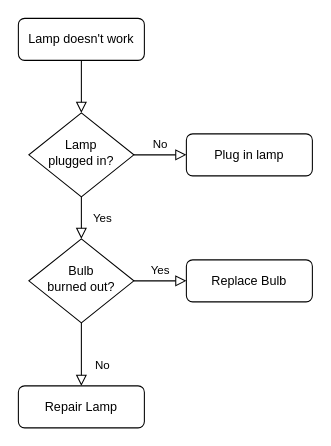
Earlier version of the draw.io diagram 未命名绘图.drawio (jizai1125/diagrams). Source tidied: cells renumbered, new cells numbered last; positions are measured from the earlier drawing's top-left corner, leaving out a move shared by most shapes. Both pictures are drawn from the tidied source at 105%, with x=0, y=0 at pixel (18, 18).
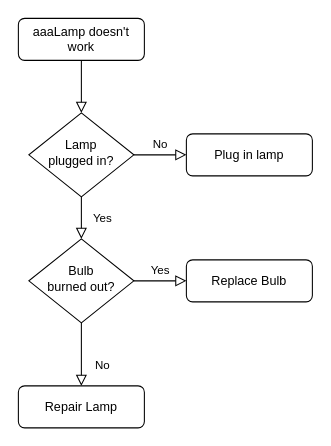
The same page after the edit.

Change to the diagram source:
```diff
@@
 <mxGraphModel>
   <root>
     <mxCell id="0" />
     <mxCell id="1" parent="0" />
     <mxCell id="2" style="rounded=0;html=1;jettySize=auto;fontSize=11;endArrow=block;endFill=0;endSize=8;strokeWidth=1;shadow=0;labelBackgroundColor=none;edgeStyle=orthogonalEdgeStyle;" parent="1" edge="1" source="3" target="6">
       <mxGeometry relative="1" as="geometry" />
     </mxCell>
-    <mxCell id="3" value="Lamp doesn't work" style="rounded=1;whiteSpace=wrap;html=1;fontSize=12;glass=0;strokeWidth=1;shadow=0;" parent="1" vertex="1">
+    <mxCell id="3" value="aaaLamp doesn't work" style="rounded=1;whiteSpace=wrap;html=1;fontSize=12;glass=0;strokeWidth=1;shadow=0;" parent="1" vertex="1">
       <mxGeometry width="120" height="40" as="geometry" />
     </mxCell>
     <mxCell id="4" value="Yes" style="rounded=0;html=1;jettySize=auto;fontSize=11;endArrow=block;endFill=0;endSize=8;strokeWidth=1;shadow=0;labelBackgroundColor=none;edgeStyle=orthogonalEdgeStyle;" parent="1" edge="1" source="6" target="10">
       <mxGeometry y="20" relative="1" as="geometry" />
     </mxCell>
     <mxCell id="5" value="No" style="edgeStyle=orthogonalEdgeStyle;rounded=0;html=1;jettySize=auto;fontSize=11;endArrow=block;endFill=0;endSize=8;strokeWidth=1;shadow=0;labelBackgroundColor=none;" parent="1" edge="1" source="6" target="7">
       <mxGeometry y="10" relative="1" as="geometry" />
     </mxCell>
     <mxCell id="6" value="Lamp&lt;br&gt;plugged in?" style="rhombus;whiteSpace=wrap;html=1;shadow=0;fontFamily=Helvetica;fontSize=12;align=center;strokeWidth=1;spacing=6;spacingTop=-4;" parent="1" vertex="1">
       <mxGeometry x="10" y="90" width="100" height="80" as="geometry" />
     </mxCell>
     <mxCell id="7" value="Plug in lamp" style="rounded=1;whiteSpace=wrap;html=1;fontSize=12;glass=0;strokeWidth=1;shadow=0;" parent="1" vertex="1">
       <mxGeometry x="160" y="110" width="120" height="40" as="geometry" />
     </mxCell>
     <mxCell id="8" value="No" style="rounded=0;html=1;jettySize=auto;fontSize=11;endArrow=block;endFill=0;endSize=8;strokeWidth=1;shadow=0;labelBackgroundColor=none;edgeStyle=orthogonalEdgeStyle;" parent="1" edge="1" source="10" target="11">
       <mxGeometry x="0.33" y="20" relative="1" as="geometry" />
     </mxCell>
     <mxCell id="9" value="Yes" style="edgeStyle=orthogonalEdgeStyle;rounded=0;html=1;jettySize=auto;fontSize=11;endArrow=block;endFill=0;endSize=8;strokeWidth=1;shadow=0;labelBackgroundColor=none;" parent="1" edge="1" source="10" target="12">
       <mxGeometry y="10" relative="1" as="geometry" />
     </mxCell>
     <mxCell id="10" value="Bulb&lt;br&gt;burned out?" style="rhombus;whiteSpace=wrap;html=1;shadow=0;fontFamily=Helvetica;fontSize=12;align=center;strokeWidth=1;spacing=6;spacingTop=-4;" parent="1" vertex="1">
       <mxGeometry x="10" y="210" width="100" height="80" as="geometry" />
     </mxCell>
     <mxCell id="11" value="Repair Lamp" style="rounded=1;whiteSpace=wrap;html=1;fontSize=12;glass=0;strokeWidth=1;shadow=0;" parent="1" vertex="1">
       <mxGeometry y="350" width="120" height="40" as="geometry" />
     </mxCell>
     <mxCell id="12" value="Replace Bulb" style="rounded=1;whiteSpace=wrap;html=1;fontSize=12;glass=0;strokeWidth=1;shadow=0;" parent="1" vertex="1">
       <mxGeometry x="160" y="230" width="120" height="40" as="geometry" />
     </mxCell>
   </root>
 </mxGraphModel>
```
